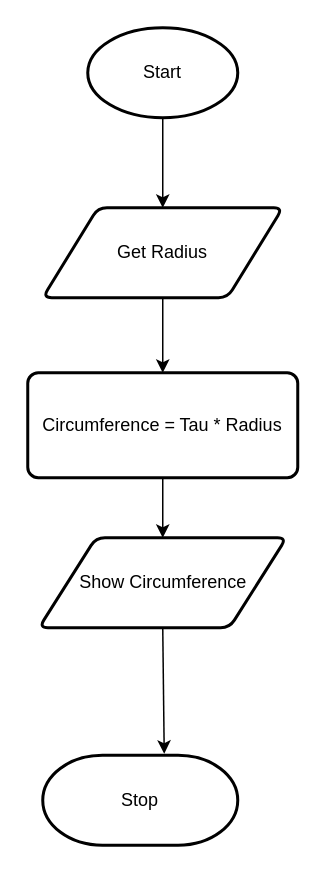
Above: flowchart.drawio in Ethan-Prieur1/ICS3U-Assignment2 (draw.io), before the change. Source tidied: cells renumbered, new cells numbered last; positions are measured from the earlier drawing's top-left corner, leaving out a move shared by most shapes. Both pictures are drawn from the tidied source at 150%, with x=0, y=0 at pixel (27, 27).
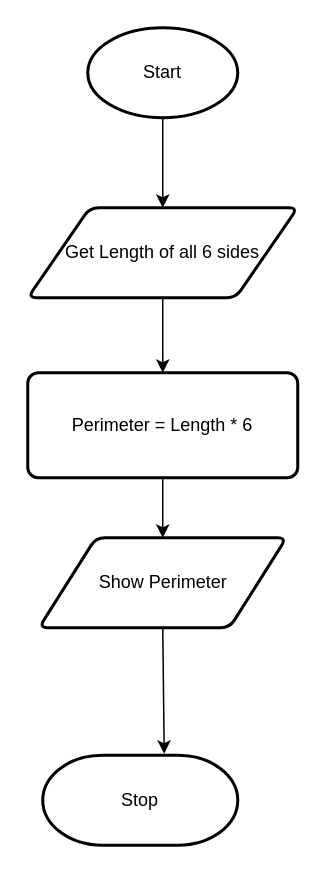
The same page after the edit.

Change to the diagram source:
```diff
@@
 <mxGraphModel>
   <root>
     <mxCell id="0" />
     <mxCell id="1" parent="0" />
     <mxCell id="2" style="edgeStyle=none;html=1;exitX=0.5;exitY=1;exitDx=0;exitDy=0;exitPerimeter=0;entryX=0.5;entryY=0;entryDx=0;entryDy=0;" parent="1" edge="1" source="3" target="5">
       <mxGeometry relative="1" as="geometry" />
     </mxCell>
     <mxCell id="3" value="Start" style="strokeWidth=2;html=1;shape=mxgraph.flowchart.start_1;whiteSpace=wrap;" parent="1" vertex="1">
       <mxGeometry x="40" width="100" height="60" as="geometry" />
     </mxCell>
     <mxCell id="4" style="edgeStyle=none;html=1;exitX=0.5;exitY=1;exitDx=0;exitDy=0;entryX=0.5;entryY=0;entryDx=0;entryDy=0;" parent="1" edge="1" source="5" target="7">
       <mxGeometry relative="1" as="geometry" />
     </mxCell>
-    <mxCell id="5" value="Get Radius" style="shape=parallelogram;html=1;strokeWidth=2;perimeter=parallelogramPerimeter;whiteSpace=wrap;rounded=1;arcSize=12;size=0.23;" parent="1" vertex="1">
-      <mxGeometry x="10" y="120" width="160" height="60" as="geometry" />
+    <mxCell id="5" value="Get Length of all 6 sides" style="shape=parallelogram;html=1;strokeWidth=2;perimeter=parallelogramPerimeter;whiteSpace=wrap;rounded=1;arcSize=12;size=0.23;" parent="1" vertex="1">
+      <mxGeometry y="120" width="180" height="60" as="geometry" />
     </mxCell>
     <mxCell id="6" style="edgeStyle=none;html=1;exitX=0.5;exitY=1;exitDx=0;exitDy=0;entryX=0.5;entryY=0;entryDx=0;entryDy=0;" parent="1" edge="1" source="7" target="9">
       <mxGeometry relative="1" as="geometry" />
     </mxCell>
-    <mxCell id="7" value="Circumference = Tau * Radius" style="rounded=1;whiteSpace=wrap;html=1;absoluteArcSize=1;arcSize=14;strokeWidth=2;" parent="1" vertex="1">
+    <mxCell id="7" value="Perimeter = Length * 6" style="rounded=1;whiteSpace=wrap;html=1;absoluteArcSize=1;arcSize=14;strokeWidth=2;" parent="1" vertex="1">
       <mxGeometry y="230" width="180" height="70" as="geometry" />
     </mxCell>
     <mxCell id="8" style="edgeStyle=none;html=1;exitX=0.5;exitY=1;exitDx=0;exitDy=0;entryX=0.623;entryY=-0.017;entryDx=0;entryDy=0;entryPerimeter=0;" parent="1" edge="1" source="9" target="10">
       <mxGeometry relative="1" as="geometry" />
     </mxCell>
-    <mxCell id="9" value="Show Circumference" style="shape=parallelogram;html=1;strokeWidth=2;perimeter=parallelogramPerimeter;whiteSpace=wrap;rounded=1;arcSize=12;size=0.23;" parent="1" vertex="1">
+    <mxCell id="9" value="Show Perimeter" style="shape=parallelogram;html=1;strokeWidth=2;perimeter=parallelogramPerimeter;whiteSpace=wrap;rounded=1;arcSize=12;size=0.23;" parent="1" vertex="1">
       <mxGeometry x="7.5" y="340" width="165" height="60" as="geometry" />
     </mxCell>
     <mxCell id="10" value="Stop" style="strokeWidth=2;html=1;shape=mxgraph.flowchart.terminator;whiteSpace=wrap;" parent="1" vertex="1">
       <mxGeometry x="10" y="485" width="130" height="60" as="geometry" />
     </mxCell>
   </root>
 </mxGraphModel>
```
